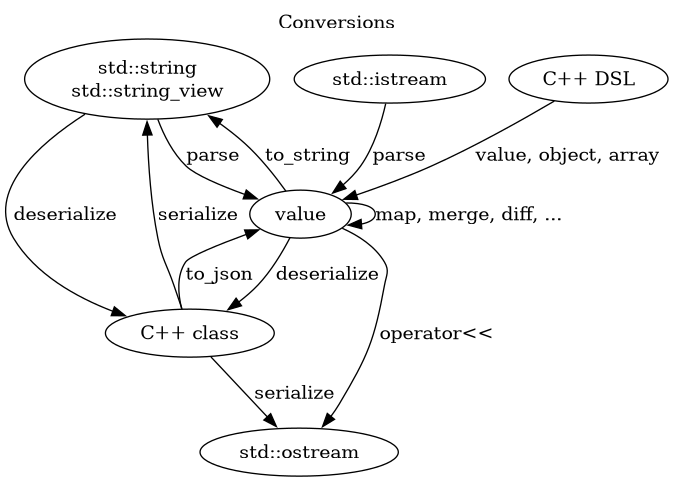
Above: doc/conversions.png in tgockel/json-voorhees (Graphviz), before the change. Its source is kept beside it as doc/conversions.dot.
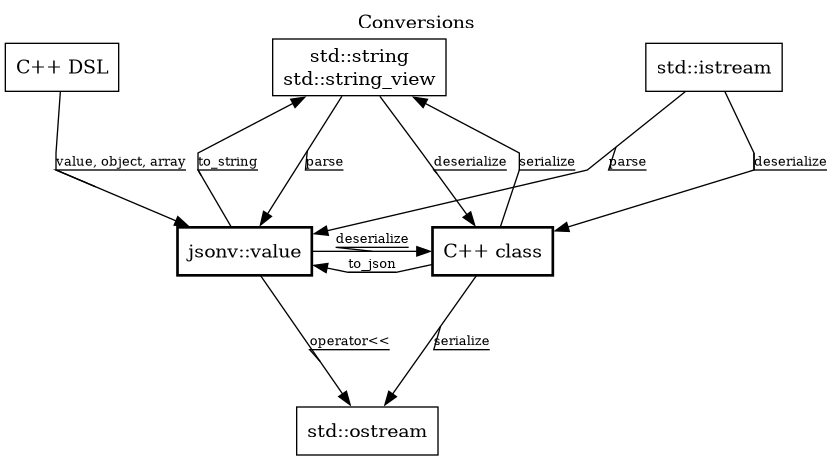
The same file after the commit.

Commit message:
Lay out the conversions diagram in centered rows

What changed in the source:
```diff
@@ -1,23 +1,39 @@
 digraph jsonv {
   label="Conversions"
   labelloc="t"
+  rankdir="TB"
+  newrank=true
+  nodesep=0.5
+  splines=polyline
+  ranksep=1.2
 
+  node [shape=box]
+  edge [decorate=true, fontsize=10]
+
+  dsl     [label="C++ DSL"]
+  istream [label="std::istream"]
   str     [label="std::string\nstd::string_view"]
-  istream [label="std::istream"]
+  value   [label="jsonv::value", URL="\ref jsonv::value", style=bold]
+  class   [label="C++ class", style=bold]
   ostream [label="std::ostream"]
-  value   [label="value", URL="\ref jsonv::value"]
-  class   [label="C++ class"]
-  dsl     [label="C++ DSL"]
 
+  { rank=same; dsl; istream; str }
+  dsl -> str -> istream [style=invis]
+  { rank=same; value; class }
+  value -> class [style=invis]
+  str -> value [style=invis, weight=20]
+  str -> class [style=invis, weight=20]
+  { rank=sink; ostream }
+
+  dsl     -> value   [label="value, object, array"]
+  istream -> value   [label="parse", URL="\ref jsonv::parse"]
+  str     -> value   [label="parse", URL="\ref jsonv::parse"]
   value   -> str     [label="to_string", URL="\ref jsonv::to_string(jsonv::value)"]
-  value   -> ostream [label="operator<<"]
-  str     -> value   [label="parse", URL="\ref jsonv::parse"]
-  istream -> value   [label="parse", URL="\ref jsonv::parse"]
-  value   -> value   [label="map, merge, diff, ..."]
+  value   -> ostream [label="operator<<", weight=5]
+  istream -> class   [label="deserialize", URL="\ref jsonv::deserialize"]
   str     -> class   [label="deserialize", URL="\ref jsonv::deserialize"]
   value   -> class   [label="deserialize", URL="\ref jsonv::deserialize"]
   class   -> value   [label="to_json", URL="\ref jsonv::to_json"]
   class   -> str     [label="serialize", URL="\ref jsonv::serialize"]
-  class   -> ostream [label="serialize", URL="\ref jsonv::serialize"]
-  dsl     -> value   [label="value, object, array"]
+  class   -> ostream [label="serialize", URL="\ref jsonv::serialize", weight=5]
 }
```
